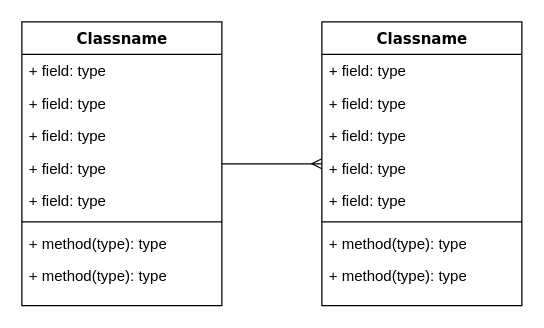
Earlier version of the draw.io diagram class diagram.drawio (BenMens/cell-simulation). Source tidied: cells renumbered, new cells numbered last; positions are measured from the earlier drawing's top-left corner, leaving out a move shared by most shapes. Both pictures are drawn from the tidied source at 125%, with x=0, y=0 at pixel (21, 21).
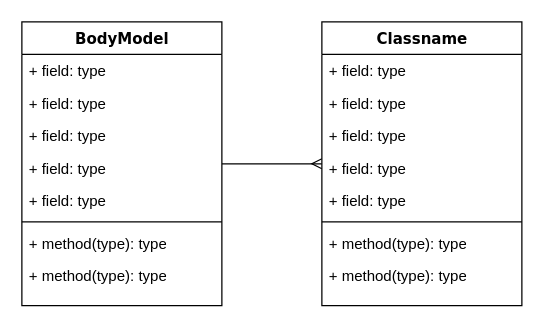
Above is the later version.

Change to the diagram source:
```diff
@@
-    <mxCell id="3" value="Classname" style="swimlane;html=1;fontStyle=1;align=center;verticalAlign=top;horizontal=1;startSize=26;swimlaneFillColor=#ffffff;rounded=0;shadow=0;comic=0;labelBackgroundColor=none;strokeWidth=1;fillColor=none;fontFamily=Verdana;fontSize=12;" parent="1" vertex="1">
+    <mxCell id="3" value="BodyModel" style="swimlane;html=1;fontStyle=1;align=center;verticalAlign=top;horizontal=1;startSize=26;swimlaneFillColor=#ffffff;rounded=0;shadow=0;comic=0;labelBackgroundColor=none;strokeWidth=1;fillColor=none;fontFamily=Verdana;fontSize=12;" parent="1" vertex="1">
       <mxGeometry width="160" height="227" as="geometry" />
     </mxCell>
```
